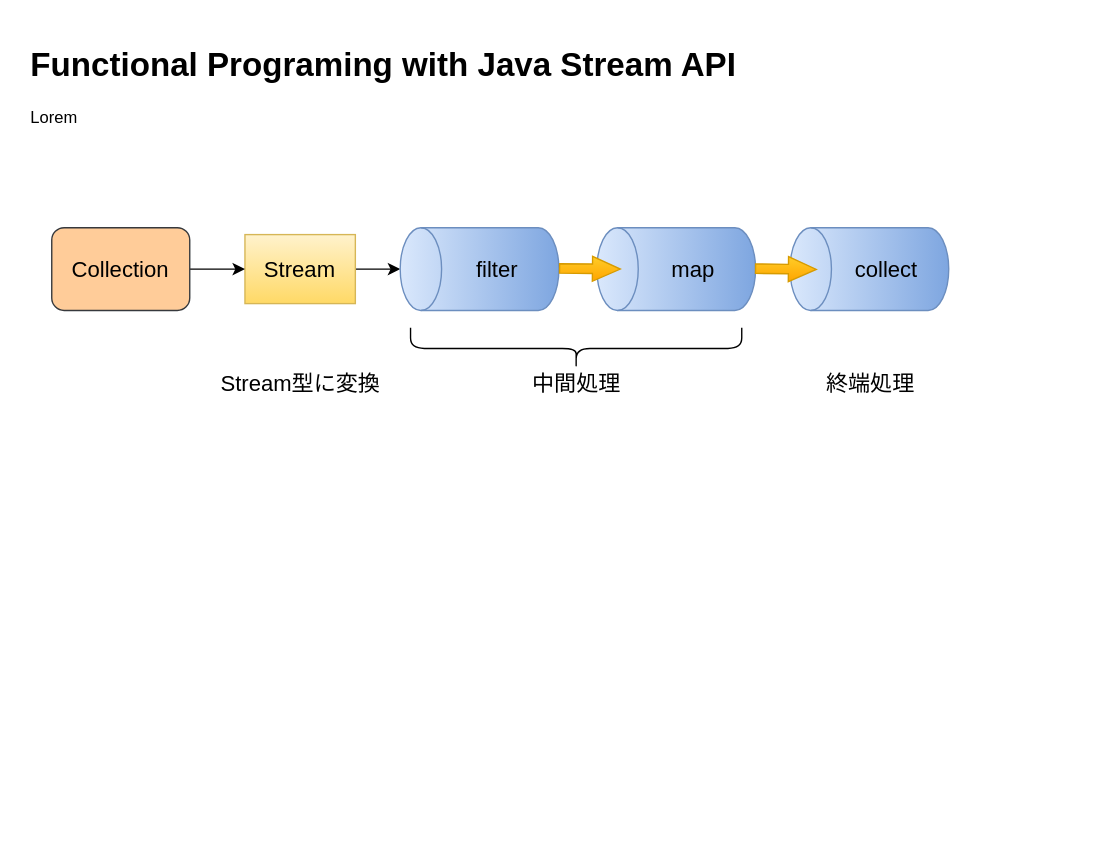
mkuwan/functional keeps this draw.io diagram as page "Stream" (5 of 5) of documents/FunctionalPrograming.drawio. Above is the earlier version. Source tidied: cells renumbered, new cells numbered last; positions are measured from the earlier drawing's top-left corner, leaving out a move shared by most shapes. Both pictures are drawn from the tidied source at 138%, with x=0, y=0 at pixel (23, 37).
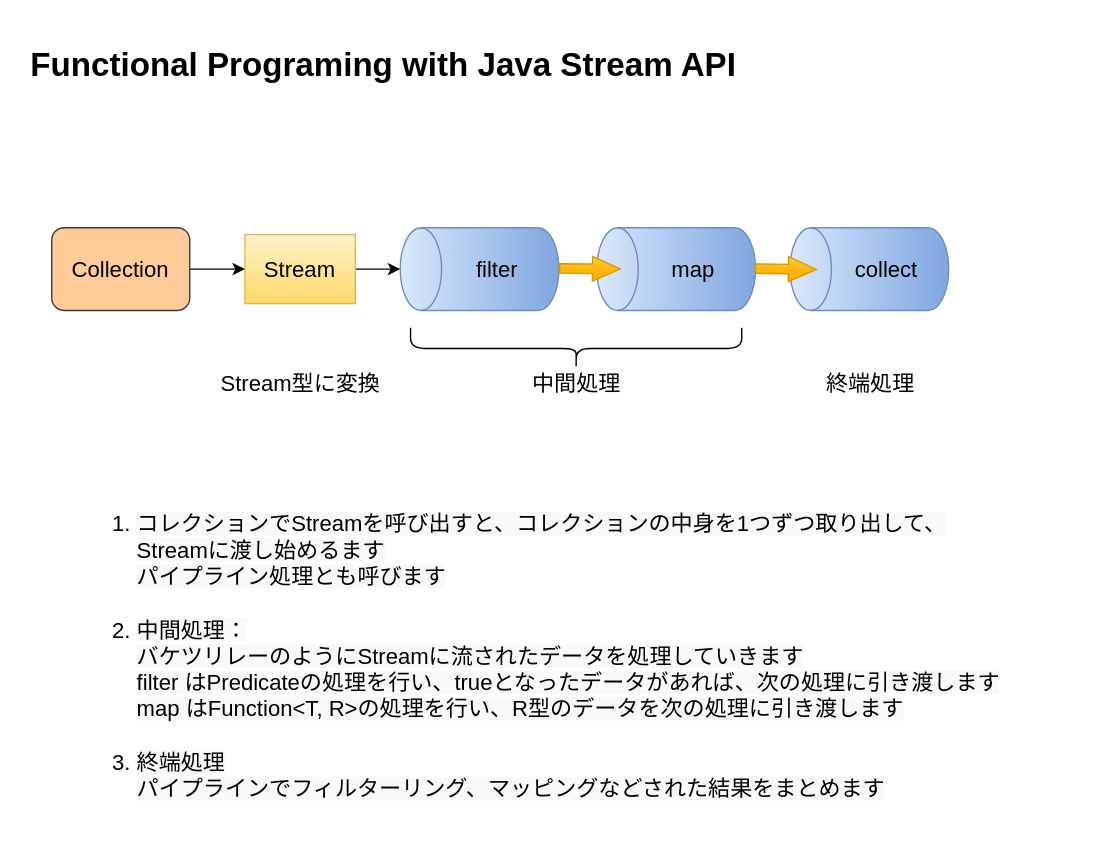
Above is the later version.

Diff of the diagram source:
```diff
@@
-    <mxCell id="4" value="&lt;h1&gt;Functional Programing with Java Stream API&lt;/h1&gt;&lt;p&gt;Lorem&amp;nbsp;&amp;nbsp;&lt;/p&gt;" style="text;html=1;strokeColor=none;fillColor=none;spacing=5;spacingTop=-20;whiteSpace=wrap;overflow=hidden;rounded=0;" parent="1" vertex="1">
-      <mxGeometry width="760" height="90" as="geometry" />
+    <mxCell id="4" value="&lt;h1&gt;Functional Programing with Java Stream API&lt;/h1&gt;" style="text;html=1;strokeColor=none;fillColor=none;spacing=5;spacingTop=-20;whiteSpace=wrap;overflow=hidden;rounded=0;" parent="1" vertex="1">
+      <mxGeometry width="760" height="50" as="geometry" />
     </mxCell>
@@
+    <mxCell id="19" value="&lt;ol style=&quot;&quot;&gt;&lt;li&gt;&lt;span style=&quot;color: rgb(0, 0, 0); font-family: Helvetica; font-style: normal; font-variant-ligatures: normal; font-variant-caps: normal; font-weight: 400; letter-spacing: normal; orphans: 2; text-align: left; text-indent: 0px; text-transform: none; widows: 2; word-spacing: 0px; -webkit-text-stroke-width: 0px; background-color: rgb(248, 249, 250); text-decoration-thickness: initial; text-decoration-style: initial; text-decoration-color: initial; float: none; display: inline !important;&quot;&gt;コレクションでStreamを呼び出すと、コレクションの中身を1つずつ取り出して、Streamに渡し始めるます&lt;br&gt;パイプライン処理とも呼びます&lt;br&gt;&lt;br&gt;&lt;/span&gt;&lt;/li&gt;&lt;li&gt;&lt;span style=&quot;color: rgb(0, 0, 0); font-family: Helvetica; font-style: normal; font-variant-ligatures: normal; font-variant-caps: normal; font-weight: 400; letter-spacing: normal; orphans: 2; text-align: left; text-indent: 0px; text-transform: none; widows: 2; word-spacing: 0px; -webkit-text-stroke-width: 0px; background-color: rgb(248, 249, 250); text-decoration-thickness: initial; text-decoration-style: initial; text-decoration-color: initial; float: none; display: inline !important;&quot;&gt;中間処理：&lt;br&gt;バケツリレーのようにStreamに流されたデータを処理していきます&lt;br&gt;filter はPredicateの処理を行い、trueとなったデータがあれば、次の処理に引き渡します&lt;br&gt;map はFunction&amp;lt;T, R&amp;gt;の処理を行い、R型のデータを次の処理に引き渡します&lt;br&gt;&lt;br&gt;&lt;/span&gt;&lt;/li&gt;&lt;li&gt;&lt;span style=&quot;color: rgb(0, 0, 0); font-family: Helvetica; font-style: normal; font-variant-ligatures: normal; font-variant-caps: normal; font-weight: 400; letter-spacing: normal; orphans: 2; text-align: left; text-indent: 0px; text-transform: none; widows: 2; word-spacing: 0px; -webkit-text-stroke-width: 0px; background-color: rgb(248, 249, 250); text-decoration-thickness: initial; text-decoration-style: initial; text-decoration-color: initial; float: none; display: inline !important;&quot;&gt;終端処理&lt;br&gt;パイプラインでフィルターリング、マッピングなどされた結果をまとめます&lt;/span&gt;&lt;/li&gt;&lt;/ol&gt;" style="text;whiteSpace=wrap;html=1;fontSize=16;" parent="1" vertex="1">
+      <mxGeometry x="40" y="320" width="670" height="250" as="geometry" />
+    </mxCell>
```
